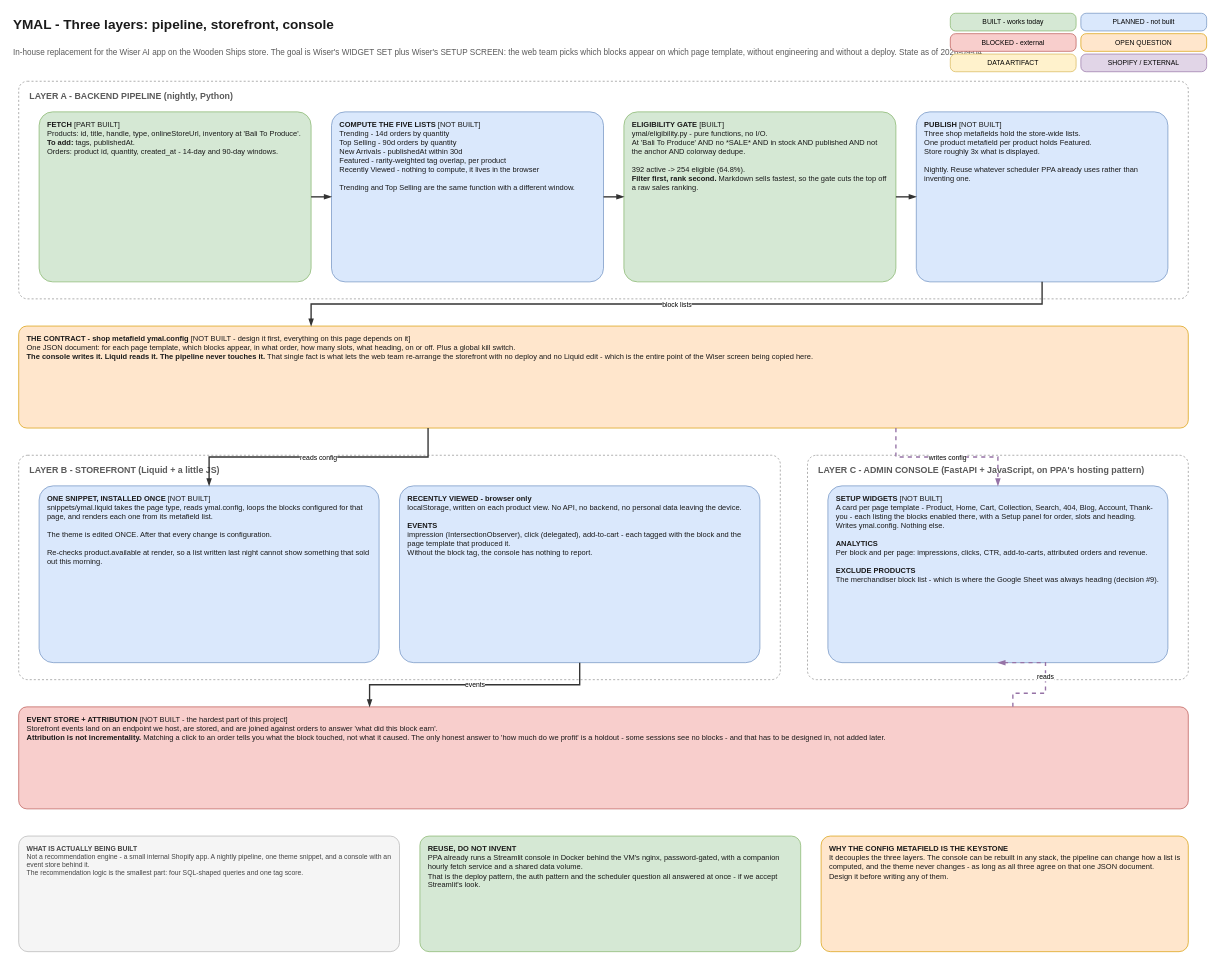
Wooden-Ships-Knits/ymal-project keeps this draw.io diagram as page "1. System Overview" (1 of 9) of docs/ymal-flow.drawio. Above is the earlier version. Source tidied: cells renumbered, new cells numbered last; positions are measured from the earlier drawing's top-left corner, leaving out a move shared by most shapes. Both pictures are drawn from the tidied source at 68%, with x=0, y=0 at pixel (12, 12).
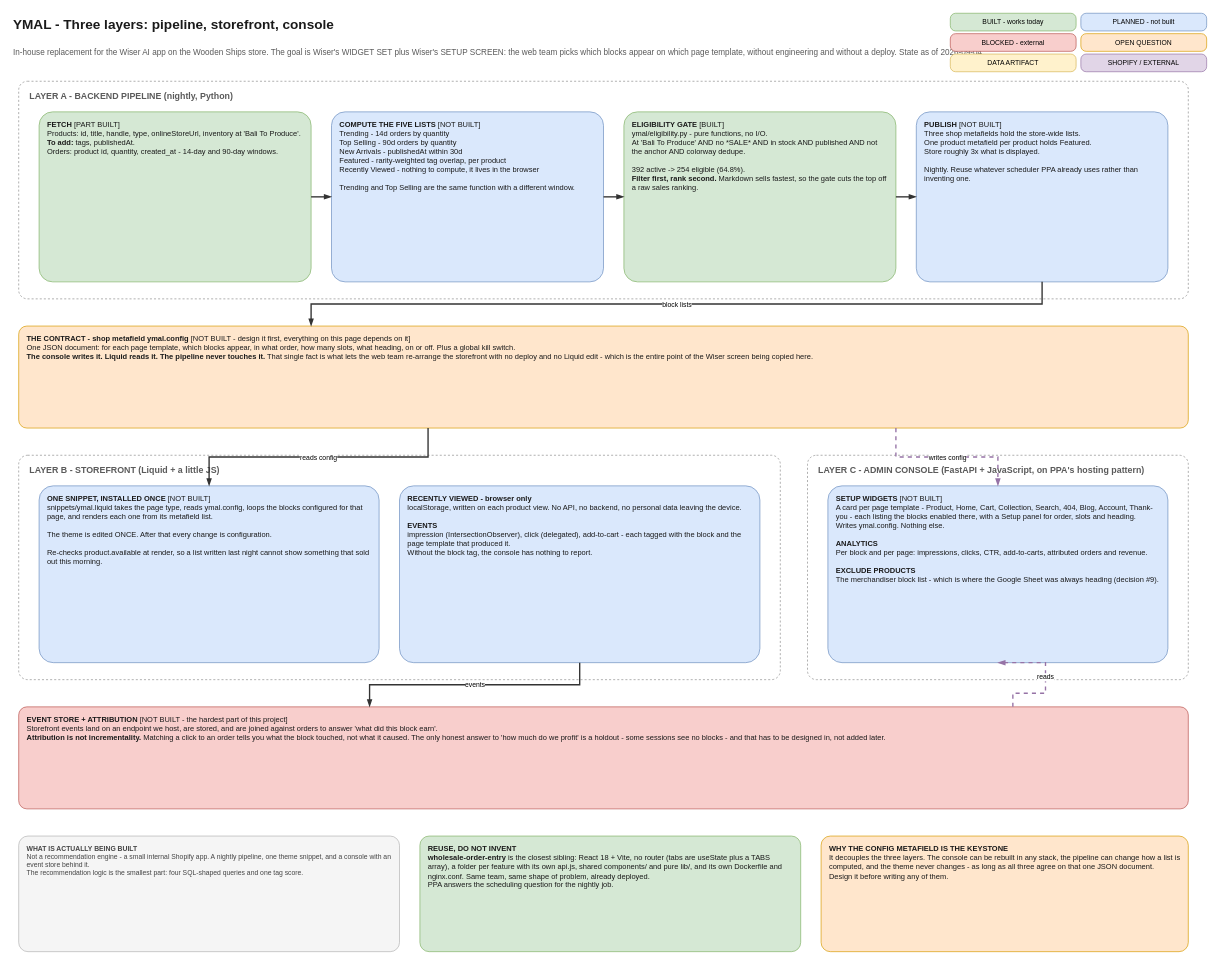
The same diagram, later.

Commit message (it also covers changes not shown here):
refactor: restore frontend/, structure it after wholesale-order-entry

Diff of the diagram source:
```diff
@@
-    <mxCell id="31" value="&lt;b&gt;REUSE, DO NOT INVENT&lt;/b&gt;&lt;br&gt;PPA already runs a Streamlit console in Docker behind the VM's nginx, password-gated, with a companion hourly fetch service and a shared data volume.&lt;br&gt;That is the deploy pattern, the auth pattern and the scheduler question all answered at once - if we accept Streamlit's look." style="rounded=1;whiteSpace=wrap;html=1;fillColor=#D5E8D4;strokeColor=#82B366;align=left;verticalAlign=top;spacingLeft=10;spacingRight=10;spacingTop=6;spacingBottom=6;fontSize=11;fontColor=#1A1A1A;arcSize=8;" parent="1" vertex="1">
+    <mxCell id="31" value="&lt;b&gt;REUSE, DO NOT INVENT&lt;/b&gt;&lt;br&gt;&lt;b&gt;wholesale-order-entry&lt;/b&gt; is the closest sibling: React 18 + Vite, no router (tabs are useState plus a TABS array), a folder per feature with its own api.js, shared components/ and pure lib/, and its own Dockerfile and nginx.conf. Same team, same shape of problem, already deployed.&lt;br&gt;PPA answers the scheduling question for the nightly job." style="rounded=1;whiteSpace=wrap;html=1;fillColor=#D5E8D4;strokeColor=#82B366;align=left;verticalAlign=top;spacingLeft=10;spacingRight=10;spacingTop=6;spacingBottom=6;fontSize=11;fontColor=#1A1A1A;arcSize=8;" parent="1" vertex="1">
       <mxGeometry x="600" y="1212" width="560" height="170" as="geometry" />
     </mxCell>
```
